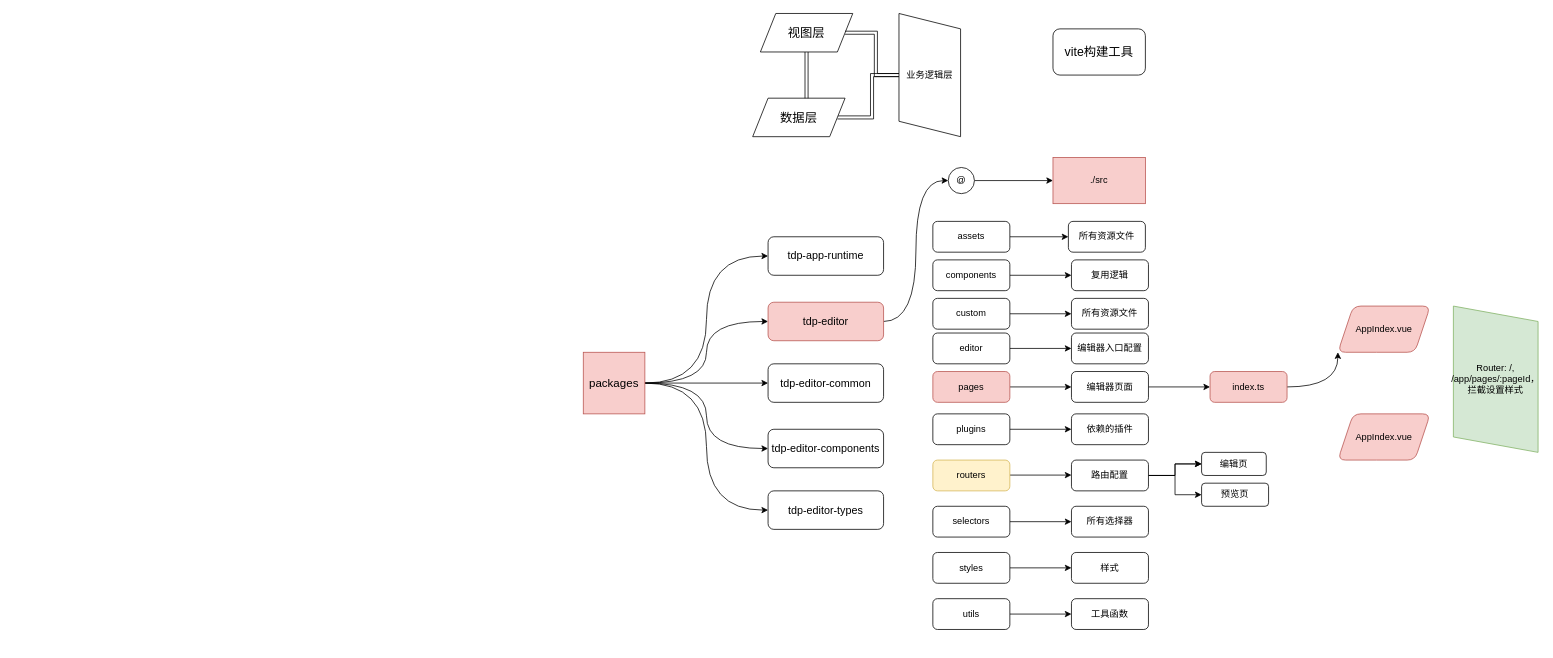
axing521/draw-io keeps this draw.io diagram as 前端工程化.drawio. Above is the earlier version. Source tidied: cells renumbered, new cells numbered last; positions are measured from the earlier drawing's top-left corner, leaving out a move shared by most shapes. Both pictures are drawn from the tidied source at 77%, with x=0, y=0 at pixel (583, 13).
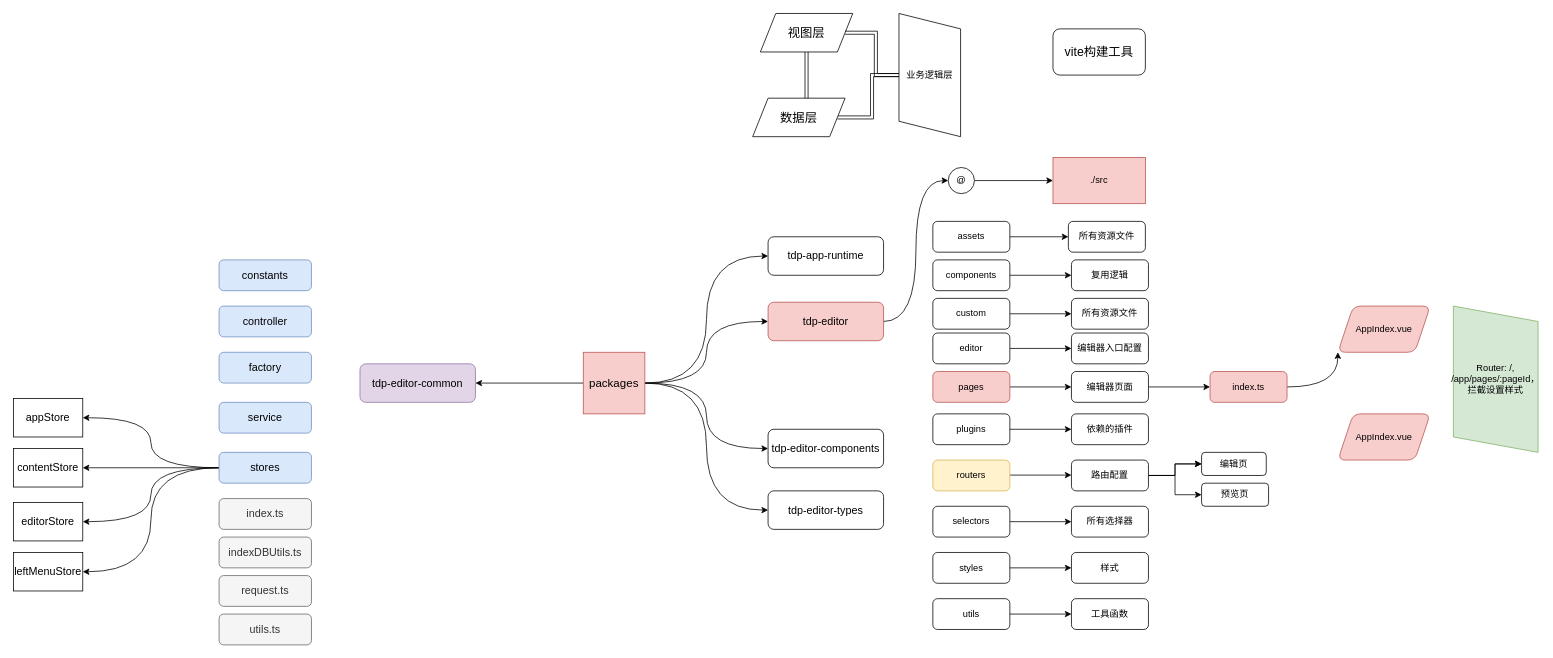
Above is the later version.

Commit message:
更新前端工程化.drawio

The change refers to these unchanged cells:
```xml
<mxCell id="13" value="&lt;font style=&quot;font-size: 15px;&quot;&gt;packages&lt;/font&gt;" style="whiteSpace=wrap;html=1;fillColor=#f8cecc;strokeColor=#b85450;" parent="1" vertex="1">
  <mxGeometry y="440" width="80" height="80" as="geometry" />
</mxCell>
```

What changed in the source:
```diff
@@
-    <mxCell id="10" style="edgeStyle=orthogonalEdgeStyle;rounded=0;jettySize=auto;html=1;exitX=1;exitY=0.5;exitDx=0;exitDy=0;entryX=0;entryY=0.5;entryDx=0;entryDy=0;" parent="1" edge="1" source="13" target="18">
+    <mxCell id="10" style="edgeStyle=orthogonalEdgeStyle;rounded=0;jettySize=auto;html=1;exitX=0;exitY=0.5;exitDx=0;exitDy=0;" parent="1" edge="1" source="13" target="18">
       <mxGeometry relative="1" as="geometry" />
     </mxCell>
@@
-    <mxCell id="18" value="&lt;font style=&quot;font-size: 14px;&quot;&gt;tdp-editor-common&lt;/font&gt;" style="rounded=1;whiteSpace=wrap;html=1;" parent="1" vertex="1">
-      <mxGeometry x="240" y="455" width="150" height="50" as="geometry" />
+    <mxCell id="18" value="&lt;font style=&quot;font-size: 14px;&quot;&gt;tdp-editor-common&lt;/font&gt;" style="rounded=1;whiteSpace=wrap;html=1;fillColor=#e1d5e7;strokeColor=#9673a6;" parent="1" vertex="1">
+      <mxGeometry x="-290" y="455" width="150" height="50" as="geometry" />
     </mxCell>
@@
+    <mxCell id="65" value="&lt;font style=&quot;font-size: 14px;&quot;&gt;constants&lt;/font&gt;" style="rounded=1;whiteSpace=wrap;html=1;fillColor=#dae8fc;strokeColor=#6c8ebf;" parent="1" vertex="1">
+      <mxGeometry x="-473" y="320" width="120" height="40" as="geometry" />
+    </mxCell>
+    <mxCell id="66" value="&lt;font style=&quot;font-size: 14px;&quot;&gt;controller&lt;/font&gt;" style="rounded=1;whiteSpace=wrap;html=1;fillColor=#dae8fc;strokeColor=#6c8ebf;" parent="1" vertex="1">
+      <mxGeometry x="-473" y="380" width="120" height="40" as="geometry" />
+    </mxCell>
+    <mxCell id="67" value="&lt;font style=&quot;font-size: 14px;&quot;&gt;factory&lt;/font&gt;" style="rounded=1;whiteSpace=wrap;html=1;fillColor=#dae8fc;strokeColor=#6c8ebf;" parent="1" vertex="1">
+      <mxGeometry x="-473" y="440" width="120" height="40" as="geometry" />
+    </mxCell>
+    <mxCell id="68" value="&lt;font style=&quot;font-size: 14px;&quot;&gt;service&lt;/font&gt;" style="rounded=1;whiteSpace=wrap;html=1;fillColor=#dae8fc;strokeColor=#6c8ebf;" parent="1" vertex="1">
+      <mxGeometry x="-473" y="505" width="120" height="40" as="geometry" />
+    </mxCell>
+    <mxCell id="69" style="edgeStyle=orthogonalEdgeStyle;rounded=0;jettySize=auto;html=1;entryX=1;entryY=0.5;entryDx=0;entryDy=0;curved=1;" parent="1" edge="1" source="73" target="78">
+      <mxGeometry relative="1" as="geometry" />
+    </mxCell>
+    <mxCell id="70" style="edgeStyle=orthogonalEdgeStyle;rounded=0;jettySize=auto;html=1;entryX=1;entryY=0.5;entryDx=0;entryDy=0;" parent="1" edge="1" source="73" target="80">
+      <mxGeometry relative="1" as="geometry" />
+    </mxCell>
+    <mxCell id="71" style="edgeStyle=orthogonalEdgeStyle;rounded=0;jettySize=auto;html=1;entryX=1;entryY=0.5;entryDx=0;entryDy=0;curved=1;" parent="1" edge="1" source="73" target="81">
+      <mxGeometry relative="1" as="geometry" />
+    </mxCell>
+    <mxCell id="72" style="edgeStyle=orthogonalEdgeStyle;rounded=0;jettySize=auto;html=1;entryX=1;entryY=0.5;entryDx=0;entryDy=0;curved=1;" parent="1" edge="1" source="73" target="79">
+      <mxGeometry relative="1" as="geometry" />
+    </mxCell>
+    <mxCell id="73" value="&lt;font style=&quot;font-size: 14px;&quot;&gt;stores&lt;/font&gt;" style="rounded=1;whiteSpace=wrap;html=1;fillColor=#dae8fc;strokeColor=#6c8ebf;" parent="1" vertex="1">
+      <mxGeometry x="-473" y="570" width="120" height="40" as="geometry" />
+    </mxCell>
+    <mxCell id="74" value="&lt;font style=&quot;font-size: 14px;&quot;&gt;index.ts&lt;/font&gt;" style="rounded=1;whiteSpace=wrap;html=1;fillColor=#f5f5f5;strokeColor=#666666;fontColor=#333333;" parent="1" vertex="1">
+      <mxGeometry x="-473" y="630" width="120" height="40" as="geometry" />
+    </mxCell>
+    <mxCell id="75" value="&lt;font style=&quot;font-size: 14px;&quot;&gt;indexDBUtils.ts&lt;/font&gt;" style="rounded=1;whiteSpace=wrap;html=1;fillColor=#f5f5f5;strokeColor=#666666;fontColor=#333333;" parent="1" vertex="1">
+      <mxGeometry x="-473" y="680" width="120" height="40" as="geometry" />
+    </mxCell>
+    <mxCell id="76" value="&lt;font style=&quot;font-size: 14px;&quot;&gt;request.ts&lt;/font&gt;" style="rounded=1;whiteSpace=wrap;html=1;fillColor=#f5f5f5;strokeColor=#666666;fontColor=#333333;" parent="1" vertex="1">
+      <mxGeometry x="-473" y="730" width="120" height="40" as="geometry" />
+    </mxCell>
+    <mxCell id="77" value="&lt;font style=&quot;font-size: 14px;&quot;&gt;utils.ts&lt;/font&gt;" style="rounded=1;whiteSpace=wrap;html=1;fillColor=#f5f5f5;strokeColor=#666666;fontColor=#333333;" parent="1" vertex="1">
+      <mxGeometry x="-473" y="780" width="120" height="40" as="geometry" />
+    </mxCell>
+    <mxCell id="78" value="&lt;font style=&quot;font-size: 14px;&quot;&gt;appStore&lt;/font&gt;" style="rounded=0;whiteSpace=wrap;html=1;" parent="1" vertex="1">
+      <mxGeometry x="-740" y="500" width="90" height="50" as="geometry" />
+    </mxCell>
+    <mxCell id="79" value="&lt;font style=&quot;font-size: 14px;&quot;&gt;leftMenuStore&lt;/font&gt;" style="rounded=0;whiteSpace=wrap;html=1;" parent="1" vertex="1">
+      <mxGeometry x="-740" y="700" width="90" height="50" as="geometry" />
+    </mxCell>
+    <mxCell id="80" value="&lt;font style=&quot;font-size: 14px;&quot;&gt;contentStore&lt;/font&gt;" style="rounded=0;whiteSpace=wrap;html=1;" parent="1" vertex="1">
+      <mxGeometry x="-740" y="565" width="90" height="50" as="geometry" />
+    </mxCell>
+    <mxCell id="81" value="&lt;font style=&quot;font-size: 14px;&quot;&gt;editorStore&lt;/font&gt;" style="rounded=0;whiteSpace=wrap;html=1;" parent="1" vertex="1">
+      <mxGeometry x="-740" y="635" width="90" height="50" as="geometry" />
+    </mxCell>
```
